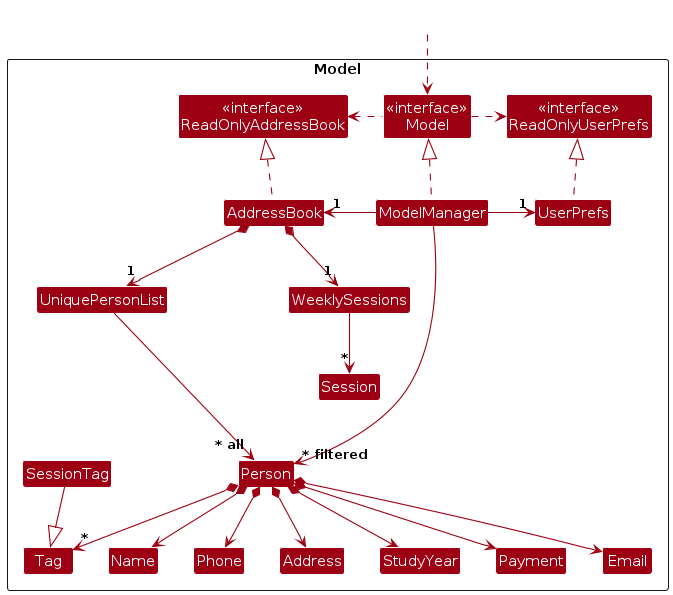
The PlantUML diagram diagrams/ModelClassDiagram.png in AY2526S1-CS2103-F12-4/tp, before a commit. Its source is kept beside it as diagrams/ModelClassDiagram.puml.
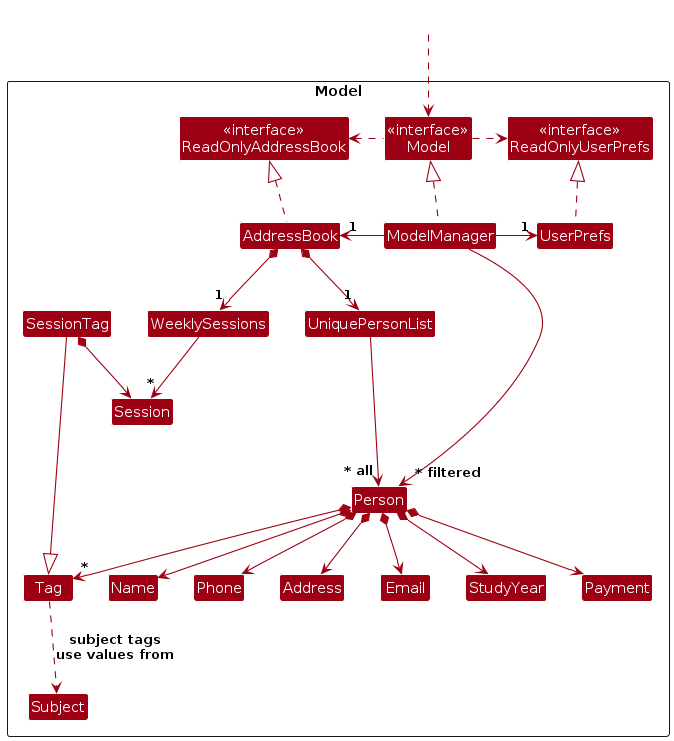
The same diagram one commit later.

The edit, as a diff of the source:
```diff
@@ -24,6 +24,26 @@
 Class Session
 Class Payment
 Class SessionTag
+
+enum Subject {
+    MATH
+    ENG
+    SCI
+    PHY
+    CHEM
+    BIO
+    HIST
+    GEOG
+    LIT
+    CHI
+    MALAY
+    TAMIL
+    POA
+    ECONS
+    ART
+    MUSIC
+    COMSCI
+}
 
 Class I #FFFFFF
 }
@@ -52,7 +72,9 @@
 Person *--> StudyYear
 Person *--> Payment
 SessionTag --|> Tag
+SessionTag *--> Session
 
+Tag ..> Subject : "subject tags\nuse values from"
 
 Person -[hidden]up--> I
 UniquePersonList -[hidden]right-> I
```
